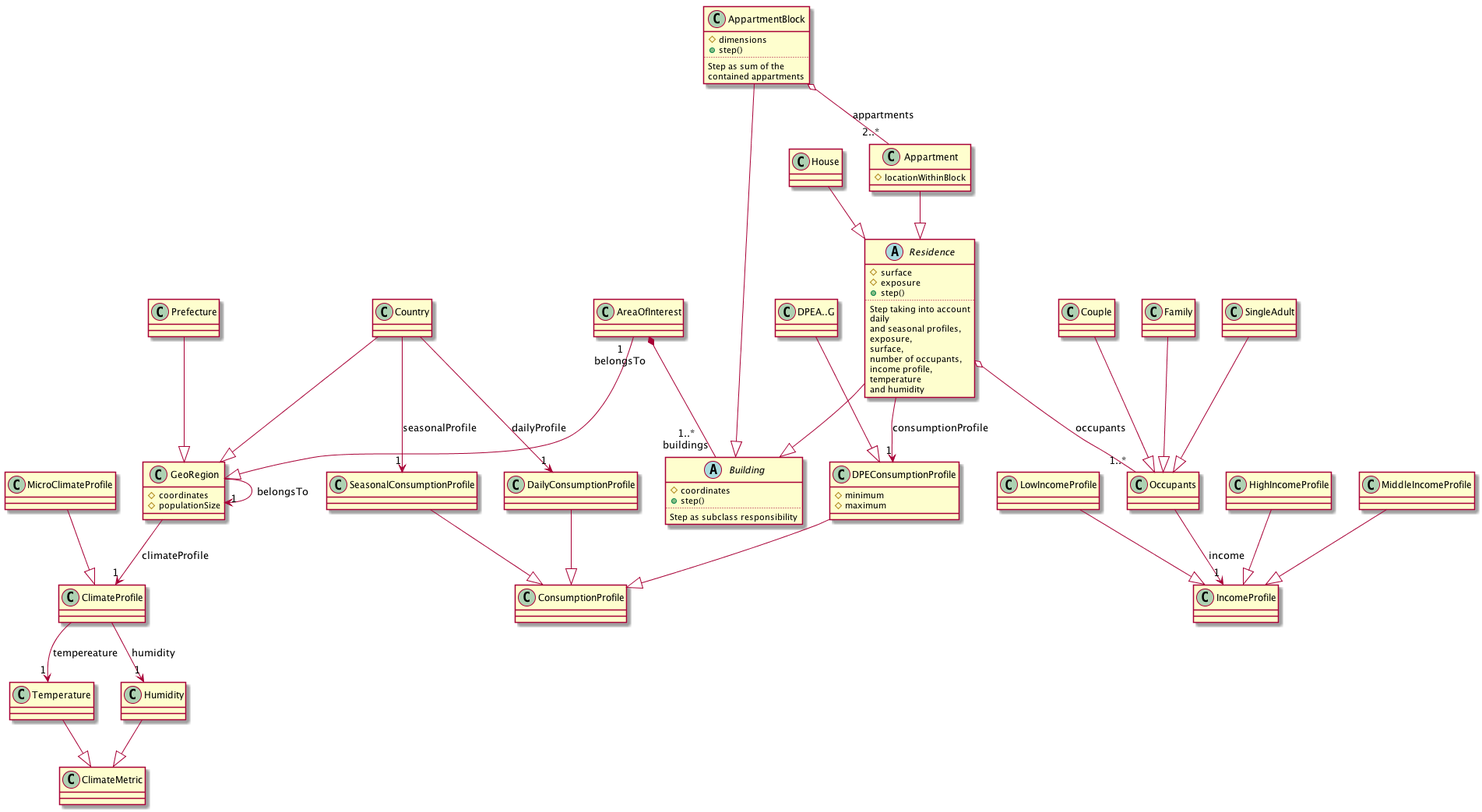
Above: geraniumUml.png in npapoylias/Geranium (PlantUML), before the change.
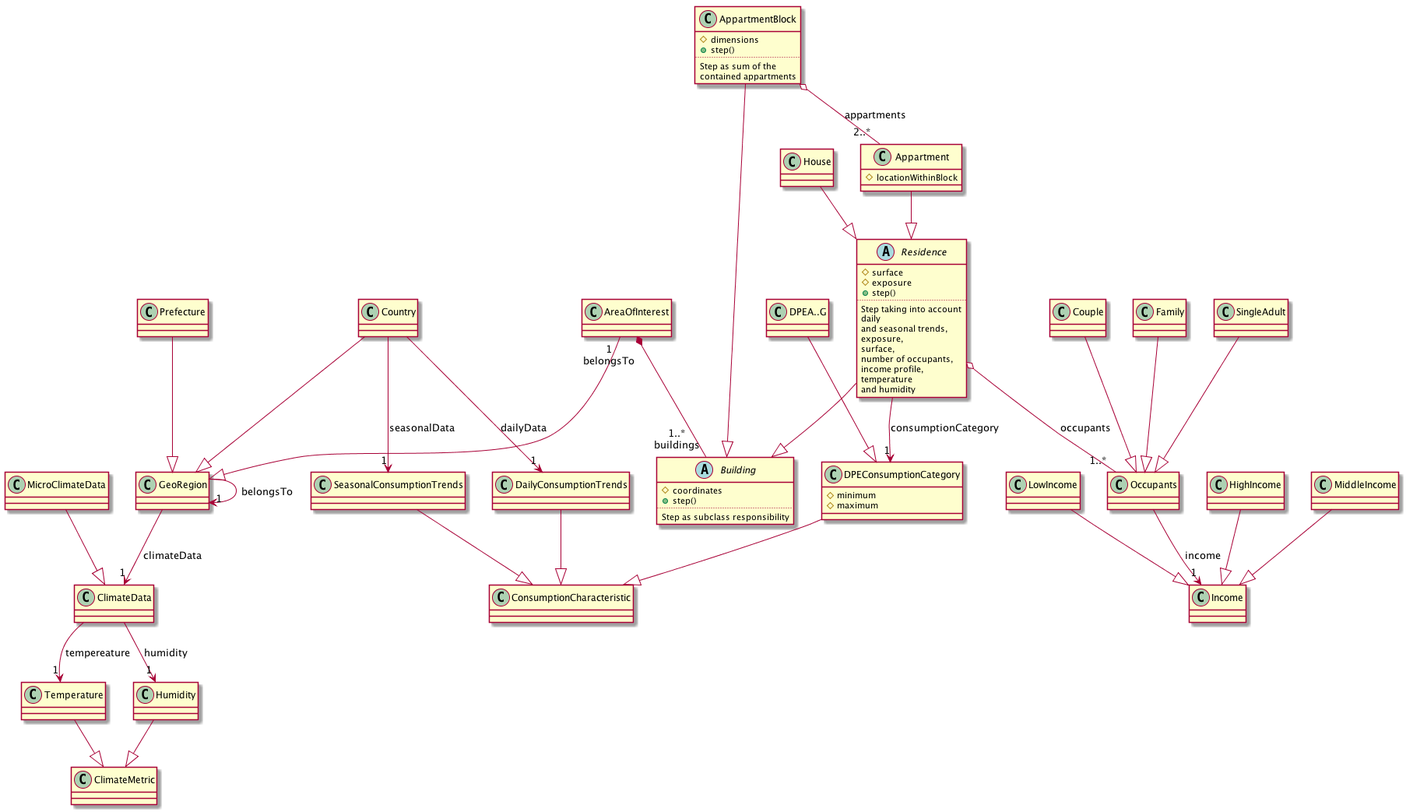
Later version of the same file.

Commit message:
updating uml diagrams

Diff of the diagram source:
```diff
@@ -1,25 +1,20 @@
 @startuml
-class GeoRegion {
-	#coordinates
-	#populationSize
-}
-
 GeoRegion --> "1" GeoRegion: "belongsTo"
-GeoRegion --> "1" ClimateProfile: "climateProfile"
+GeoRegion --> "1" ClimateData: "climateData"
 AreaOfInterest --|> GeoRegion
 AreaOfInterest "1\nbelongsTo" *-- "1..*\nbuildings" Building
 Country --|> GeoRegion
-Country --> "1" SeasonalConsumptionProfile: seasonalProfile
-Country --> "1" DailyConsumptionProfile: dailyProfile
+Country --> "1" SeasonalConsumptionTrends: seasonalData
+Country --> "1" DailyConsumptionTrends: dailyData
 Prefecture --|> GeoRegion
 
-ClimateProfile --> "1" Temperature: tempereature
-ClimateProfile --> "1" Humidity: humidity
+ClimateData --> "1" Temperature: tempereature
+ClimateData --> "1" Humidity: humidity
 Temperature --|> ClimateMetric
 Humidity --|> ClimateMetric
-SeasonalConsumptionProfile --|> ConsumptionProfile
-DailyConsumptionProfile --|> ConsumptionProfile
-MicroClimateProfile --|> ClimateProfile
+SeasonalConsumptionTrends --|> ConsumptionCharacteristic
+DailyConsumptionTrends --|> ConsumptionCharacteristic
+MicroClimateData --|> ClimateData
 
 abstract class Building{
 	#coordinates
@@ -35,7 +30,7 @@
 	..
 	Step taking into account
 	daily
-	and seasonal profiles,
+	and seasonal trends,
 	exposure,
 	surface,
 	number of occupants,
@@ -58,27 +53,27 @@
 
 AppartmentBlock --|> Building
 Residence --|> Building
-Residence --> "1" DPEConsumptionProfile: consumptionProfile
+Residence --> "1" DPEConsumptionCategory: consumptionCategory
 Residence o-- "1..*" Occupants: occupants
 Appartment --|> Residence
 House --|> Residence
 AppartmentBlock o-- "2..*" Appartment: appartments
 
-class DPEConsumptionProfile{
+class DPEConsumptionCategory{
 	#minimum
 	#maximum
 }
 
-DPEConsumptionProfile --|> ConsumptionProfile
+DPEConsumptionCategory --|> ConsumptionCharacteristic
 class "DPEA..G" as DPECat
-DPECat --|> DPEConsumptionProfile
+DPECat --|> DPEConsumptionCategory
 
-Occupants --> "1" IncomeProfile: income
+Occupants --> "1" Income: income
 Couple --|> Occupants
 Family --|> Occupants
 SingleAdult --|> Occupants
 
-HighIncomeProfile --|> IncomeProfile
-MiddleIncomeProfile --|> IncomeProfile
-LowIncomeProfile --|> IncomeProfile
+HighIncome --|> Income
+MiddleIncome --|> Income
+LowIncome --|> Income
 @enduml
```
